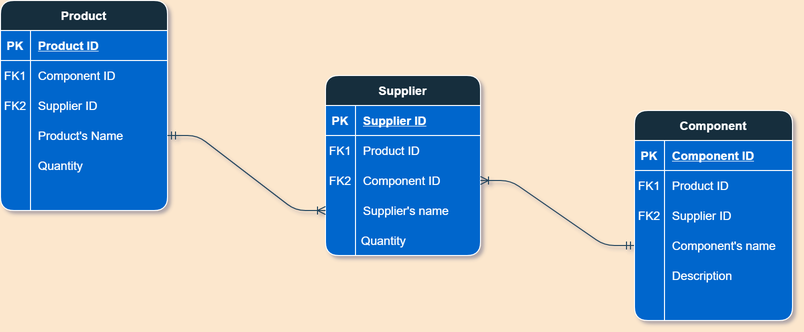
This is Exercise1.png from longdhcloud9/ERD-database, a draw.io export, as it was before one commit. Source tidied: cells renumbered, new cells last; positions are measured from the earlier drawing's top-left corner, leaving out a move shared by most shapes.
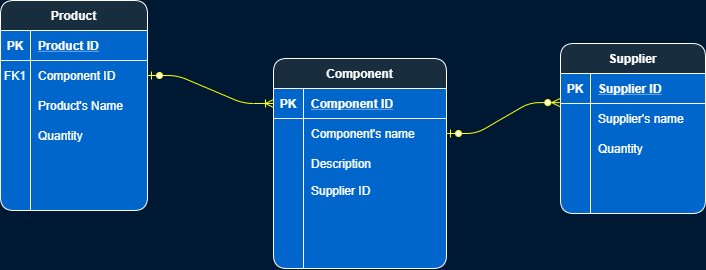
The same file after the commit.

The edit, as a diff of the source:
```diff
@@ -1,180 +1,177 @@
-<mxGraphModel background="#FCE7CD">
+<mxGraphModel background="#001933">
   <root>
     <mxCell id="0" />
     <mxCell id="1" parent="0" />
     <mxCell id="2" value="Product" style="shape=table;startSize=30;rowLines=0;fontStyle=1;align=center;fillColor=#182E3E;strokeColor=#FFFFFF;labelBackgroundColor=none;fontColor=#FFFFFF;swimlaneFillColor=#0066CC;rounded=1;" parent="1" vertex="1">
-      <mxGeometry width="167" height="210" as="geometry" />
+      <mxGeometry x="37" y="42" width="147" height="210" as="geometry" />
     </mxCell>
     <mxCell id="3" style="shape=partialRectangle;fillColor=none;top=0;left=0;bottom=1;right=0;strokeColor=#FFFFFF;fontColor=#FFFFFF;rounded=1;" parent="2" vertex="1">
-      <mxGeometry y="30" width="167" height="30" as="geometry" />
+      <mxGeometry y="30" width="147" height="30" as="geometry" />
     </mxCell>
     <mxCell id="4" value="PK" style="shape=partialRectangle;fillColor=none;top=0;left=0;bottom=0;right=0;fontStyle=1;overflow=hidden;strokeColor=#FFFFFF;fontColor=#FFFFFF;rounded=1;" parent="3" vertex="1">
       <mxGeometry width="30" height="30" as="geometry" />
     </mxCell>
     <mxCell id="5" value="Product ID" style="shape=partialRectangle;fillColor=none;top=0;left=0;bottom=0;right=0;align=left;spacingLeft=6;fontStyle=5;overflow=hidden;strokeColor=#FFFFFF;fontColor=#FFFFFF;rounded=1;" parent="3" vertex="1">
-      <mxGeometry x="30" width="137" height="30" as="geometry" />
+      <mxGeometry x="30" width="117" height="30" as="geometry" />
     </mxCell>
     <mxCell id="6" style="shape=partialRectangle;fillColor=none;top=0;left=0;bottom=0;right=0;points=[[0,0.5],[1,0.5]];portConstraint=eastwest;strokeColor=#FFFFFF;fontColor=#FFFFFF;rounded=1;" parent="2" vertex="1">
-      <mxGeometry y="60" width="167" height="30" as="geometry" />
+      <mxGeometry y="60" width="147" height="30" as="geometry" />
     </mxCell>
     <mxCell id="7" value="FK1" style="shape=partialRectangle;fillColor=none;top=0;left=0;bottom=0;right=0;fontStyle=0;overflow=hidden;strokeColor=#FFFFFF;fontColor=#FFFFFF;rounded=1;" parent="6" vertex="1">
       <mxGeometry width="30" height="30" as="geometry" />
     </mxCell>
     <mxCell id="8" value="Component ID" style="shape=partialRectangle;fillColor=none;top=0;left=0;bottom=0;right=0;align=left;spacingLeft=6;fontStyle=0;overflow=hidden;strokeColor=#FFFFFF;fontColor=#FFFFFF;rounded=1;" parent="6" vertex="1">
-      <mxGeometry x="30" width="137" height="30" as="geometry" />
+      <mxGeometry x="30" width="117" height="30" as="geometry" />
     </mxCell>
-    <mxCell id="9" style="shape=partialRectangle;fillColor=none;top=0;left=0;bottom=0;right=0;strokeColor=#FFFFFF;fontColor=#FFFFFF;rounded=1;" parent="2" vertex="1">
-      <mxGeometry y="90" width="167" height="30" as="geometry" />
-    </mxCell>
-    <mxCell id="10" value="FK2" style="shape=partialRectangle;fillColor=none;top=0;left=0;bottom=0;right=0;fontStyle=0;overflow=hidden;strokeColor=#FFFFFF;fontColor=#FFFFFF;rounded=1;" parent="9" vertex="1">
-      <mxGeometry width="30" height="30" as="geometry" />
-    </mxCell>
-    <mxCell id="11" value="Supplier ID" style="shape=partialRectangle;fillColor=none;top=0;left=0;bottom=0;right=0;align=left;spacingLeft=6;fontStyle=0;overflow=hidden;strokeColor=#FFFFFF;fontColor=#FFFFFF;rounded=1;" parent="9" vertex="1">
-      <mxGeometry x="30" width="137" height="30" as="geometry" />
-    </mxCell>
     <mxCell id="12" style="shape=partialRectangle;fillColor=none;top=0;left=0;bottom=0;right=0;points=[[0,0.5],[1,0.5]];portConstraint=eastwest;strokeColor=#FFFFFF;fontColor=#FFFFFF;rounded=1;" parent="2" vertex="1">
-      <mxGeometry y="120" width="167" height="30" as="geometry" />
+      <mxGeometry y="90" width="147" height="30" as="geometry" />
     </mxCell>
     <mxCell id="13" style="shape=partialRectangle;fillColor=none;top=0;left=0;bottom=0;right=0;overflow=hidden;strokeColor=#FFFFFF;fontColor=#FFFFFF;rounded=1;" parent="12" vertex="1">
       <mxGeometry width="30" height="30" as="geometry" />
     </mxCell>
     <mxCell id="14" value="Product's Name" style="shape=partialRectangle;fillColor=none;top=0;left=0;bottom=0;right=0;align=left;spacingLeft=6;overflow=hidden;strokeColor=#FFFFFF;fontColor=#FFFFFF;rounded=1;" parent="12" vertex="1">
-      <mxGeometry x="30" width="137" height="30" as="geometry" />
+      <mxGeometry x="30" width="117" height="30" as="geometry" />
     </mxCell>
     <mxCell id="15" style="shape=partialRectangle;fillColor=none;top=0;left=0;bottom=0;right=0;strokeColor=#FFFFFF;fontColor=#FFFFFF;rounded=1;" parent="2" vertex="1">
-      <mxGeometry y="150" width="167" height="30" as="geometry" />
+      <mxGeometry y="120" width="147" height="30" as="geometry" />
     </mxCell>
     <mxCell id="16" style="shape=partialRectangle;fillColor=none;top=0;left=0;bottom=0;right=0;overflow=hidden;strokeColor=#FFFFFF;fontColor=#FFFFFF;rounded=1;" parent="15" vertex="1">
       <mxGeometry width="30" height="30" as="geometry" />
     </mxCell>
     <mxCell id="17" value="Quantity" style="shape=partialRectangle;fillColor=none;top=0;left=0;bottom=0;right=0;align=left;spacingLeft=6;overflow=hidden;strokeColor=#FFFFFF;fontColor=#FFFFFF;rounded=1;" parent="15" vertex="1">
-      <mxGeometry x="30" width="137" height="30" as="geometry" />
+      <mxGeometry x="30" width="117" height="30" as="geometry" />
     </mxCell>
+    <mxCell id="9" style="shape=partialRectangle;fillColor=none;top=0;left=0;bottom=0;right=0;strokeColor=#FFFFFF;fontColor=#FFFFFF;rounded=1;" parent="2" vertex="1">
+      <mxGeometry y="150" width="147" height="30" as="geometry" />
+    </mxCell>
+    <mxCell id="10" style="shape=partialRectangle;fillColor=none;top=0;left=0;bottom=0;right=0;fontStyle=0;overflow=hidden;strokeColor=#FFFFFF;fontColor=#FFFFFF;rounded=1;" parent="9" vertex="1">
+      <mxGeometry width="30" height="30" as="geometry" />
+    </mxCell>
+    <mxCell id="11" style="shape=partialRectangle;fillColor=none;top=0;left=0;bottom=0;right=0;align=left;spacingLeft=6;fontStyle=0;overflow=hidden;strokeColor=#FFFFFF;fontColor=#FFFFFF;rounded=1;" parent="9" vertex="1">
+      <mxGeometry x="30" width="117" height="30" as="geometry" />
+    </mxCell>
     <mxCell id="18" style="shape=partialRectangle;fillColor=none;top=0;left=0;bottom=0;right=0;strokeColor=#FFFFFF;fontColor=#FFFFFF;rounded=1;" parent="2" vertex="1">
-      <mxGeometry y="180" width="167" height="30" as="geometry" />
+      <mxGeometry y="180" width="147" height="30" as="geometry" />
     </mxCell>
     <mxCell id="19" style="shape=partialRectangle;fillColor=none;top=0;left=0;bottom=0;right=0;overflow=hidden;strokeColor=#FFFFFF;fontColor=#FFFFFF;rounded=1;" parent="18" vertex="1">
       <mxGeometry width="30" height="30" as="geometry" />
     </mxCell>
     <mxCell id="20" style="shape=partialRectangle;fillColor=none;top=0;left=0;bottom=0;right=0;align=left;spacingLeft=6;overflow=hidden;strokeColor=#FFFFFF;fontColor=#FFFFFF;rounded=1;" parent="18" vertex="1">
-      <mxGeometry x="30" width="137" height="30" as="geometry" />
+      <mxGeometry x="30" width="117" height="30" as="geometry" />
     </mxCell>
     <mxCell id="21" value="Supplier" style="shape=table;startSize=30;rowLines=0;fontStyle=1;align=center;fillColor=#182E3E;strokeColor=#FFFFFF;fontColor=#FFFFFF;swimlaneFillColor=#0066CC;rounded=1;" parent="1" vertex="1">
-      <mxGeometry x="325" y="75" width="155" height="180" as="geometry" />
+      <mxGeometry x="597" y="85" width="145" height="170" as="geometry" />
     </mxCell>
     <mxCell id="22" style="shape=partialRectangle;fillColor=none;top=0;left=0;bottom=1;right=0;strokeColor=#FFFFFF;fontColor=#FFFFFF;rounded=1;" parent="21" vertex="1">
-      <mxGeometry y="30" width="155" height="30" as="geometry" />
+      <mxGeometry y="30" width="145" height="30" as="geometry" />
     </mxCell>
     <mxCell id="23" value="PK" style="shape=partialRectangle;fillColor=none;top=0;left=0;bottom=0;right=0;fontStyle=1;overflow=hidden;strokeColor=#FFFFFF;fontColor=#FFFFFF;rounded=1;" parent="22" vertex="1">
       <mxGeometry width="30" height="30" as="geometry" />
     </mxCell>
     <mxCell id="24" value="Supplier ID" style="shape=partialRectangle;fillColor=none;top=0;left=0;bottom=0;right=0;align=left;spacingLeft=6;fontStyle=5;overflow=hidden;strokeColor=#FFFFFF;fontColor=#FFFFFF;rounded=1;" parent="22" vertex="1">
-      <mxGeometry x="30" width="125" height="30" as="geometry" />
+      <mxGeometry x="30" width="115" height="30" as="geometry" />
     </mxCell>
-    <mxCell id="25" style="shape=partialRectangle;fillColor=none;top=0;left=0;bottom=0;right=0;strokeColor=#FFFFFF;fontColor=#FFFFFF;rounded=1;" parent="21" vertex="1">
-      <mxGeometry y="60" width="155" height="30" as="geometry" />
-    </mxCell>
-    <mxCell id="26" value="FK1" style="shape=partialRectangle;fillColor=none;top=0;left=0;bottom=0;right=0;overflow=hidden;strokeColor=#FFFFFF;fontColor=#FFFFFF;rounded=1;" parent="25" vertex="1">
-      <mxGeometry width="30" height="30" as="geometry" />
-    </mxCell>
-    <mxCell id="27" value="Product ID" style="shape=partialRectangle;fillColor=none;top=0;left=0;bottom=0;right=0;align=left;spacingLeft=6;overflow=hidden;strokeColor=#FFFFFF;fontColor=#FFFFFF;rounded=1;" parent="25" vertex="1">
-      <mxGeometry x="30" width="125" height="30" as="geometry" />
-    </mxCell>
     <mxCell id="28" style="shape=partialRectangle;fillColor=none;top=0;left=0;bottom=0;right=0;points=[[0,0.5],[1,0.5]];portConstraint=eastwest;strokeColor=#FFFFFF;fontColor=#FFFFFF;rounded=1;" parent="21" vertex="1">
-      <mxGeometry y="90" width="155" height="30" as="geometry" />
+      <mxGeometry y="60" width="145" height="30" as="geometry" />
     </mxCell>
-    <mxCell id="29" value="FK2" style="shape=partialRectangle;fillColor=none;top=0;left=0;bottom=0;right=0;fontStyle=0;overflow=hidden;strokeColor=#FFFFFF;fontColor=#FFFFFF;rounded=1;" parent="28" vertex="1">
+    <mxCell id="29" style="shape=partialRectangle;fillColor=none;top=0;left=0;bottom=0;right=0;fontStyle=0;overflow=hidden;strokeColor=#FFFFFF;fontColor=#FFFFFF;rounded=1;" parent="28" vertex="1">
       <mxGeometry width="30" height="30" as="geometry" />
     </mxCell>
-    <mxCell id="30" value="Component ID" style="shape=partialRectangle;fillColor=none;top=0;left=0;bottom=0;right=0;align=left;spacingLeft=6;fontStyle=0;overflow=hidden;strokeColor=#FFFFFF;fontColor=#FFFFFF;rounded=1;" parent="28" vertex="1">
-      <mxGeometry x="30" width="125" height="30" as="geometry" />
+    <mxCell id="30" value="Supplier's name" style="shape=partialRectangle;fillColor=none;top=0;left=0;bottom=0;right=0;align=left;spacingLeft=6;fontStyle=0;overflow=hidden;strokeColor=#FFFFFF;fontColor=#FFFFFF;rounded=1;" parent="28" vertex="1">
+      <mxGeometry x="30" width="115" height="30" as="geometry" />
     </mxCell>
     <mxCell id="31" style="shape=partialRectangle;fillColor=none;top=0;left=0;bottom=0;right=0;points=[[0,0.5],[1,0.5]];portConstraint=eastwest;strokeColor=#FFFFFF;fontColor=#FFFFFF;rounded=1;" parent="21" vertex="1">
-      <mxGeometry y="120" width="155" height="30" as="geometry" />
+      <mxGeometry y="90" width="145" height="30" as="geometry" />
     </mxCell>
     <mxCell id="32" style="shape=partialRectangle;fillColor=none;top=0;left=0;bottom=0;right=0;overflow=hidden;strokeColor=#FFFFFF;fontColor=#FFFFFF;rounded=1;" parent="31" vertex="1">
       <mxGeometry width="30" height="30" as="geometry" />
     </mxCell>
-    <mxCell id="33" style="shape=partialRectangle;fillColor=none;top=0;left=0;bottom=0;right=0;align=left;spacingLeft=6;overflow=hidden;strokeColor=#FFFFFF;fontColor=#FFFFFF;rounded=1;" parent="31" vertex="1">
-      <mxGeometry x="30" width="125" height="30" as="geometry" />
+    <mxCell id="33" value="Quantity" style="shape=partialRectangle;fillColor=none;top=0;left=0;bottom=0;right=0;align=left;spacingLeft=6;overflow=hidden;strokeColor=#FFFFFF;fontColor=#FFFFFF;rounded=1;" parent="31" vertex="1">
+      <mxGeometry x="30" width="115" height="30" as="geometry" />
     </mxCell>
+    <mxCell id="25" style="shape=partialRectangle;fillColor=none;top=0;left=0;bottom=0;right=0;strokeColor=#FFFFFF;fontColor=#FFFFFF;rounded=1;" parent="21" vertex="1">
+      <mxGeometry y="120" width="145" height="30" as="geometry" />
+    </mxCell>
+    <mxCell id="26" style="shape=partialRectangle;fillColor=none;top=0;left=0;bottom=0;right=0;overflow=hidden;strokeColor=#FFFFFF;fontColor=#FFFFFF;rounded=1;" parent="25" vertex="1">
+      <mxGeometry width="30" height="30" as="geometry" />
+    </mxCell>
+    <mxCell id="27" style="shape=partialRectangle;fillColor=none;top=0;left=0;bottom=0;right=0;align=left;spacingLeft=6;overflow=hidden;strokeColor=#FFFFFF;fontColor=#FFFFFF;rounded=1;" parent="25" vertex="1">
+      <mxGeometry x="30" width="115" height="30" as="geometry" />
+    </mxCell>
     <mxCell id="34" style="shape=partialRectangle;fillColor=none;top=0;left=0;bottom=0;right=0;strokeColor=#FFFFFF;fontColor=#FFFFFF;rounded=1;" parent="21" vertex="1">
-      <mxGeometry y="150" width="155" height="30" as="geometry" />
+      <mxGeometry y="150" width="145" height="20" as="geometry" />
     </mxCell>
     <mxCell id="35" style="shape=partialRectangle;fillColor=none;top=0;left=0;bottom=0;right=0;overflow=hidden;strokeColor=#FFFFFF;fontColor=#FFFFFF;rounded=1;" parent="34" vertex="1">
-      <mxGeometry width="30" height="30" as="geometry" />
+      <mxGeometry width="30" height="20" as="geometry" />
     </mxCell>
     <mxCell id="36" style="shape=partialRectangle;fillColor=none;top=0;left=0;bottom=0;right=0;align=left;spacingLeft=6;overflow=hidden;strokeColor=#FFFFFF;fontColor=#FFFFFF;rounded=1;" parent="34" vertex="1">
-      <mxGeometry x="30" width="125" height="30" as="geometry" />
+      <mxGeometry x="30" width="115" height="20" as="geometry" />
     </mxCell>
-    <mxCell id="37" style="edgeStyle=entityRelationEdgeStyle;fontSize=12;html=1;endArrow=ERoneToMany;startArrow=ERmandOne;entryX=0;entryY=0.5;entryDx=0;entryDy=0;exitX=1;exitY=0.5;exitDx=0;exitDy=0;strokeColor=#23445D;labelBackgroundColor=#FCE7CD;" parent="1" edge="1" source="12" target="31">
-      <mxGeometry relative="1" as="geometry" />
-    </mxCell>
-    <mxCell id="38" style="edgeStyle=entityRelationEdgeStyle;fontSize=12;html=1;endArrow=ERoneToMany;startArrow=ERmandOne;entryX=1;entryY=0.5;entryDx=0;entryDy=0;strokeColor=#23445D;labelBackgroundColor=#FCE7CD;" parent="1" edge="1" source="49" target="28">
-      <mxGeometry relative="1" as="geometry" />
-    </mxCell>
     <mxCell id="39" value="Component" style="shape=table;startSize=30;rowLines=0;fontStyle=1;align=center;fillColor=#182E3E;strokeColor=#FFFFFF;fontColor=#FFFFFF;swimlaneFillColor=#0066CC;rounded=1;" parent="1" vertex="1">
-      <mxGeometry x="634" y="110" width="158" height="210" as="geometry" />
+      <mxGeometry x="310" y="100" width="173" height="210" as="geometry" />
     </mxCell>
     <mxCell id="40" style="shape=partialRectangle;fillColor=none;top=0;left=0;bottom=1;right=0;points=[[0,0.5],[1,0.5]];portConstraint=eastwest;strokeColor=#FFFFFF;fontColor=#FFFFFF;rounded=1;" parent="39" vertex="1">
-      <mxGeometry y="30" width="158" height="30" as="geometry" />
+      <mxGeometry y="30" width="173" height="30" as="geometry" />
     </mxCell>
     <mxCell id="41" value="PK" style="shape=partialRectangle;fillColor=none;top=0;left=0;bottom=0;right=0;fontStyle=1;overflow=hidden;strokeColor=#FFFFFF;fontColor=#FFFFFF;rounded=1;" parent="40" vertex="1">
       <mxGeometry width="30" height="30" as="geometry" />
     </mxCell>
     <mxCell id="42" value="Component ID" style="shape=partialRectangle;fillColor=none;top=0;left=0;bottom=0;right=0;align=left;spacingLeft=6;fontStyle=5;overflow=hidden;strokeColor=#FFFFFF;fontColor=#FFFFFF;rounded=1;" parent="40" vertex="1">
-      <mxGeometry x="30" width="128" height="30" as="geometry" />
+      <mxGeometry x="30" width="143" height="30" as="geometry" />
     </mxCell>
+    <mxCell id="49" style="shape=partialRectangle;fillColor=none;top=0;left=0;bottom=0;right=0;points=[[0,0.5],[1,0.5]];portConstraint=eastwest;strokeColor=#FFFFFF;fontColor=#FFFFFF;rounded=1;" parent="39" vertex="1">
+      <mxGeometry y="60" width="173" height="30" as="geometry" />
+    </mxCell>
+    <mxCell id="50" style="shape=partialRectangle;fillColor=none;top=0;left=0;bottom=0;right=0;overflow=hidden;strokeColor=#FFFFFF;fontColor=#FFFFFF;rounded=1;" parent="49" vertex="1">
+      <mxGeometry width="30" height="30" as="geometry" />
+    </mxCell>
+    <mxCell id="51" value="Component's name" style="shape=partialRectangle;fillColor=none;top=0;left=0;bottom=0;right=0;align=left;spacingLeft=6;overflow=hidden;strokeColor=#FFFFFF;fontColor=#FFFFFF;rounded=1;" parent="49" vertex="1">
+      <mxGeometry x="30" width="143" height="30" as="geometry" />
+    </mxCell>
+    <mxCell id="52" style="shape=partialRectangle;fillColor=none;top=0;left=0;bottom=0;right=0;strokeColor=#FFFFFF;fontColor=#FFFFFF;rounded=1;" parent="39" vertex="1">
+      <mxGeometry y="90" width="173" height="30" as="geometry" />
+    </mxCell>
+    <mxCell id="53" style="shape=partialRectangle;fillColor=none;top=0;left=0;bottom=0;right=0;overflow=hidden;strokeColor=#FFFFFF;fontColor=#FFFFFF;rounded=1;" parent="52" vertex="1">
+      <mxGeometry width="30" height="30" as="geometry" />
+    </mxCell>
+    <mxCell id="54" value="Description" style="shape=partialRectangle;fillColor=none;top=0;left=0;bottom=0;right=0;align=left;spacingLeft=6;overflow=hidden;strokeColor=#FFFFFF;fontColor=#FFFFFF;rounded=1;" parent="52" vertex="1">
+      <mxGeometry x="30" width="143" height="30" as="geometry" />
+    </mxCell>
     <mxCell id="43" style="shape=partialRectangle;fillColor=none;top=0;left=0;bottom=0;right=0;strokeColor=#FFFFFF;fontColor=#FFFFFF;rounded=1;" parent="39" vertex="1">
-      <mxGeometry y="60" width="158" height="30" as="geometry" />
+      <mxGeometry y="120" width="173" height="30" as="geometry" />
     </mxCell>
-    <mxCell id="44" value="FK1" style="shape=partialRectangle;fillColor=none;top=0;left=0;bottom=0;right=0;fontStyle=0;overflow=hidden;strokeColor=#FFFFFF;fontColor=#FFFFFF;rounded=1;" parent="43" vertex="1">
+    <mxCell id="44" style="shape=partialRectangle;fillColor=none;top=0;left=0;bottom=0;right=0;fontStyle=0;overflow=hidden;strokeColor=#FFFFFF;fontColor=#FFFFFF;rounded=1;" parent="43" vertex="1">
       <mxGeometry width="30" height="30" as="geometry" />
     </mxCell>
-    <mxCell id="45" value="Product ID" style="shape=partialRectangle;fillColor=none;top=0;left=0;bottom=0;right=0;align=left;spacingLeft=6;fontStyle=0;overflow=hidden;strokeColor=#FFFFFF;fontColor=#FFFFFF;rounded=1;" parent="43" vertex="1">
-      <mxGeometry x="30" width="128" height="30" as="geometry" />
+    <mxCell id="45" style="shape=partialRectangle;fillColor=none;top=0;left=0;bottom=0;right=0;align=left;spacingLeft=6;fontStyle=0;overflow=hidden;strokeColor=#FFFFFF;fontColor=#FFFFFF;rounded=1;" parent="43" vertex="1">
+      <mxGeometry x="30" width="143" height="30" as="geometry" />
     </mxCell>
     <mxCell id="46" style="shape=partialRectangle;fillColor=none;top=0;left=0;bottom=0;right=0;strokeColor=#FFFFFF;fontColor=#FFFFFF;rounded=1;" parent="39" vertex="1">
-      <mxGeometry y="90" width="158" height="30" as="geometry" />
+      <mxGeometry y="150" width="173" height="30" as="geometry" />
     </mxCell>
-    <mxCell id="47" value="FK2" style="shape=partialRectangle;fillColor=none;top=0;left=0;bottom=0;right=0;fontStyle=0;overflow=hidden;strokeColor=#FFFFFF;fontColor=#FFFFFF;rounded=1;" parent="46" vertex="1">
+    <mxCell id="47" style="shape=partialRectangle;fillColor=none;top=0;left=0;bottom=0;right=0;fontStyle=0;overflow=hidden;strokeColor=#FFFFFF;fontColor=#FFFFFF;rounded=1;" parent="46" vertex="1">
       <mxGeometry width="30" height="30" as="geometry" />
     </mxCell>
-    <mxCell id="48" value="Supplier ID" style="shape=partialRectangle;fillColor=none;top=0;left=0;bottom=0;right=0;align=left;spacingLeft=6;fontStyle=0;overflow=hidden;strokeColor=#FFFFFF;fontColor=#FFFFFF;rounded=1;" parent="46" vertex="1">
-      <mxGeometry x="30" width="128" height="30" as="geometry" />
+    <mxCell id="48" style="shape=partialRectangle;fillColor=none;top=0;left=0;bottom=0;right=0;align=left;spacingLeft=6;fontStyle=0;overflow=hidden;strokeColor=#FFFFFF;fontColor=#FFFFFF;rounded=1;" parent="46" vertex="1">
+      <mxGeometry x="30" width="143" height="30" as="geometry" />
     </mxCell>
-    <mxCell id="49" style="shape=partialRectangle;fillColor=none;top=0;left=0;bottom=0;right=0;points=[[0,0.5],[1,0.5]];portConstraint=eastwest;strokeColor=#FFFFFF;fontColor=#FFFFFF;rounded=1;" parent="39" vertex="1">
-      <mxGeometry y="120" width="158" height="30" as="geometry" />
-    </mxCell>
-    <mxCell id="50" style="shape=partialRectangle;fillColor=none;top=0;left=0;bottom=0;right=0;overflow=hidden;strokeColor=#FFFFFF;fontColor=#FFFFFF;rounded=1;" parent="49" vertex="1">
-      <mxGeometry width="30" height="30" as="geometry" />
-    </mxCell>
-    <mxCell id="51" value="Component's name" style="shape=partialRectangle;fillColor=none;top=0;left=0;bottom=0;right=0;align=left;spacingLeft=6;overflow=hidden;strokeColor=#FFFFFF;fontColor=#FFFFFF;rounded=1;" parent="49" vertex="1">
-      <mxGeometry x="30" width="128" height="30" as="geometry" />
-    </mxCell>
-    <mxCell id="52" style="shape=partialRectangle;fillColor=none;top=0;left=0;bottom=0;right=0;strokeColor=#FFFFFF;fontColor=#FFFFFF;rounded=1;" parent="39" vertex="1">
-      <mxGeometry y="150" width="158" height="30" as="geometry" />
-    </mxCell>
-    <mxCell id="53" style="shape=partialRectangle;fillColor=none;top=0;left=0;bottom=0;right=0;overflow=hidden;strokeColor=#FFFFFF;fontColor=#FFFFFF;rounded=1;" parent="52" vertex="1">
-      <mxGeometry width="30" height="30" as="geometry" />
-    </mxCell>
-    <mxCell id="54" value="Description" style="shape=partialRectangle;fillColor=none;top=0;left=0;bottom=0;right=0;align=left;spacingLeft=6;overflow=hidden;strokeColor=#FFFFFF;fontColor=#FFFFFF;rounded=1;" parent="52" vertex="1">
-      <mxGeometry x="30" width="128" height="30" as="geometry" />
-    </mxCell>
     <mxCell id="55" style="shape=partialRectangle;fillColor=none;top=0;left=0;bottom=0;right=0;strokeColor=#FFFFFF;fontColor=#FFFFFF;rounded=1;" parent="39" vertex="1">
-      <mxGeometry y="180" width="158" height="30" as="geometry" />
+      <mxGeometry y="180" width="173" height="30" as="geometry" />
     </mxCell>
     <mxCell id="56" style="shape=partialRectangle;fillColor=none;top=0;left=0;bottom=0;right=0;overflow=hidden;strokeColor=#FFFFFF;fontColor=#FFFFFF;rounded=1;" parent="55" vertex="1">
       <mxGeometry width="30" height="30" as="geometry" />
     </mxCell>
     <mxCell id="57" style="shape=partialRectangle;fillColor=none;top=0;left=0;bottom=0;right=0;align=left;spacingLeft=6;overflow=hidden;strokeColor=#FFFFFF;fontColor=#FFFFFF;rounded=1;" parent="55" vertex="1">
-      <mxGeometry x="30" width="128" height="30" as="geometry" />
+      <mxGeometry x="30" width="143" height="30" as="geometry" />
     </mxCell>
-    <mxCell id="58" value="Supplier's name" style="shape=partialRectangle;fillColor=none;top=0;left=0;bottom=0;right=0;align=left;spacingLeft=6;fontStyle=0;overflow=hidden;strokeColor=#FFFFFF;fontColor=#FFFFFF;rounded=1;" parent="1" vertex="1">
-      <mxGeometry x="355" y="195" width="150" height="30" as="geometry" />
-    </mxCell>
-    <mxCell id="59" value="Quantity" style="shape=partialRectangle;fillColor=none;top=0;left=0;bottom=0;right=0;align=left;spacingLeft=6;fontStyle=0;overflow=hidden;strokeColor=#FFFFFF;fontColor=#FFFFFF;rounded=1;" parent="1" vertex="1">
-      <mxGeometry x="353" y="225" width="150" height="30" as="geometry" />
-    </mxCell>
+    <mxCell id="60" style="edgeStyle=entityRelationEdgeStyle;fontSize=12;html=1;endArrow=ERoneToMany;startArrow=ERzeroToOne;strokeColor=#FFFF00;entryX=0;entryY=0.5;entryDx=0;entryDy=0;exitX=1;exitY=0.5;exitDx=0;exitDy=0;" parent="1" edge="1" source="6" target="40">
+      <mxGeometry relative="1" as="geometry" />
+    </mxCell>
+    <mxCell id="61" value="Supplier ID" style="shape=partialRectangle;fillColor=none;top=0;left=0;bottom=0;right=0;align=left;spacingLeft=6;fontStyle=0;overflow=hidden;strokeColor=#FFFFFF;fontColor=#FFFFFF;rounded=1;" parent="1" vertex="1">
+      <mxGeometry x="340" y="217" width="128" height="30" as="geometry" />
+    </mxCell>
+    <mxCell id="38" style="edgeStyle=entityRelationEdgeStyle;fontSize=12;html=1;endArrow=ERzeroToMany;startArrow=ERzeroToOne;strokeColor=#FFFF00;entryX=-0.005;entryY=-0.03;entryDx=0;entryDy=0;entryPerimeter=0;exitX=1;exitY=0.5;exitDx=0;exitDy=0;" parent="1" edge="1" source="49" target="28">
+      <mxGeometry relative="1" as="geometry" />
+    </mxCell>
   </root>
 </mxGraphModel>
```
